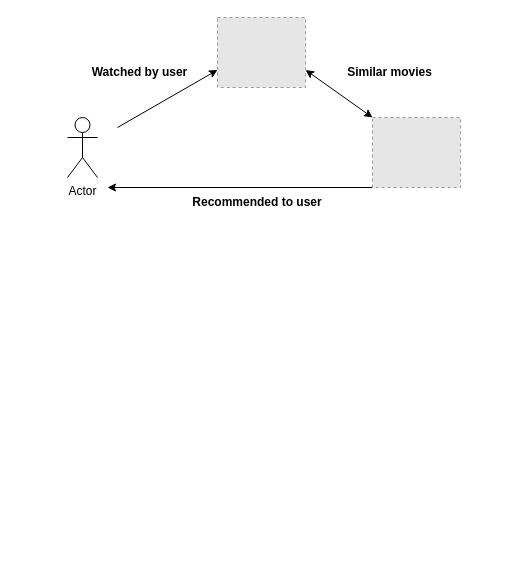
The draw.io diagram spring-basics.drawio in squidmin/spring-labs, before the edit. Source tidied: cells renumbered, new cells numbered last; positions are measured from the earlier drawing's top-left corner, leaving out a move shared by most shapes. Both pictures are drawn from the tidied source at 100%, with x=0, y=0 at pixel (67, 17). Pictures stored in the file or linked from it are replaced by grey dashed boxes.
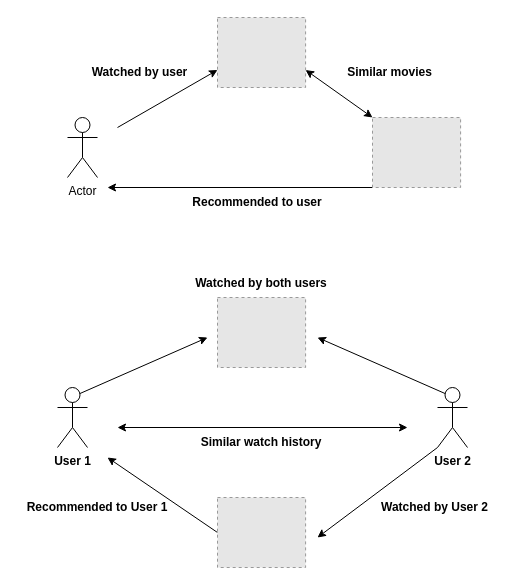
The same diagram, later.

Commit message (it also covers changes not shown here):
Add: Spring basics: Decoupling components README contents

The edit, as a diff of the source:
```diff
@@
+    <mxCell id="11" style="fillColor=#E6E6E6;strokeColor=#999999;dashed=1;verticalLabelPosition=bottom;labelBackgroundColor=default;verticalAlign=top;" parent="1" vertex="1">
+      <mxGeometry x="150" y="280" width="88.1" height="70" as="geometry" />
+    </mxCell>
+    <mxCell id="12" style="edgeStyle=none;rounded=0;jettySize=auto;html=1;exitX=0;exitY=0.5;exitDx=0;exitDy=0;startArrow=none;startFill=0;" parent="1" edge="1" source="13">
+      <mxGeometry relative="1" as="geometry">
+        <mxPoint x="40" y="440" as="targetPoint" />
+      </mxGeometry>
+    </mxCell>
+    <mxCell id="13" style="fillColor=#E6E6E6;strokeColor=#999999;dashed=1;verticalLabelPosition=bottom;labelBackgroundColor=default;verticalAlign=top;" parent="1" vertex="1">
+      <mxGeometry x="150" y="480" width="88.1" height="70" as="geometry" />
+    </mxCell>
+    <mxCell id="14" style="edgeStyle=none;rounded=0;jettySize=auto;html=1;exitX=0.75;exitY=0.1;exitDx=0;exitDy=0;exitPerimeter=0;startArrow=none;startFill=0;" parent="1" edge="1" source="15">
+      <mxGeometry relative="1" as="geometry">
+        <mxPoint x="140" y="320" as="targetPoint" />
+      </mxGeometry>
+    </mxCell>
+    <mxCell id="15" value="&lt;b&gt;User 1&lt;/b&gt;" style="shape=umlActor;verticalLabelPosition=bottom;verticalAlign=top;html=1;outlineConnect=0;" parent="1" vertex="1">
+      <mxGeometry x="-10" y="370" width="30" height="60" as="geometry" />
+    </mxCell>
+    <mxCell id="16" style="edgeStyle=none;rounded=0;jettySize=auto;html=1;exitX=0;exitY=1;exitDx=0;exitDy=0;exitPerimeter=0;startArrow=none;startFill=0;" parent="1" edge="1" source="18">
+      <mxGeometry relative="1" as="geometry">
+        <mxPoint x="250" y="520" as="targetPoint" />
+      </mxGeometry>
+    </mxCell>
+    <mxCell id="17" style="edgeStyle=none;rounded=0;jettySize=auto;html=1;exitX=0.25;exitY=0.1;exitDx=0;exitDy=0;exitPerimeter=0;startArrow=none;startFill=0;" parent="1" edge="1" source="18">
+      <mxGeometry relative="1" as="geometry">
+        <mxPoint x="250" y="320" as="targetPoint" />
+      </mxGeometry>
+    </mxCell>
+    <mxCell id="18" value="&lt;b&gt;User 2&lt;/b&gt;" style="shape=umlActor;verticalLabelPosition=bottom;verticalAlign=top;html=1;outlineConnect=0;" parent="1" vertex="1">
+      <mxGeometry x="370" y="370" width="30" height="60" as="geometry" />
+    </mxCell>
+    <mxCell id="19" style="endArrow=classic;startArrow=classic;html=1;rounded=0;" parent="1" edge="1">
+      <mxGeometry relative="1" as="geometry">
+        <mxPoint x="50" y="410" as="sourcePoint" />
+        <mxPoint x="340" y="410" as="targetPoint" />
+      </mxGeometry>
+    </mxCell>
+    <mxCell id="20" value="Similar watch history" style="text;html=1;strokeColor=none;fillColor=none;align=center;verticalAlign=middle;whiteSpace=wrap;rounded=0;fontStyle=1;" parent="1" vertex="1">
+      <mxGeometry x="104.1" y="415" width="180" height="20" as="geometry" />
+    </mxCell>
+    <mxCell id="21" value="Recommended to User 1" style="text;html=1;strokeColor=none;fillColor=none;align=center;verticalAlign=middle;whiteSpace=wrap;rounded=0;fontStyle=1;" parent="1" vertex="1">
+      <mxGeometry x="-50" y="480" width="160" height="20" as="geometry" />
+    </mxCell>
+    <mxCell id="22" value="Watched by User 2" style="text;html=1;strokeColor=none;fillColor=none;align=center;verticalAlign=middle;whiteSpace=wrap;rounded=0;fontStyle=1;" parent="1" vertex="1">
+      <mxGeometry x="305" y="480" width="125" height="20" as="geometry" />
+    </mxCell>
+    <mxCell id="23" value="Watched by both users" style="text;html=1;strokeColor=none;fillColor=none;align=center;verticalAlign=middle;whiteSpace=wrap;rounded=0;fontStyle=1;" parent="1" vertex="1">
+      <mxGeometry x="104.1" y="256" width="180" height="20" as="geometry" />
+    </mxCell>
```
